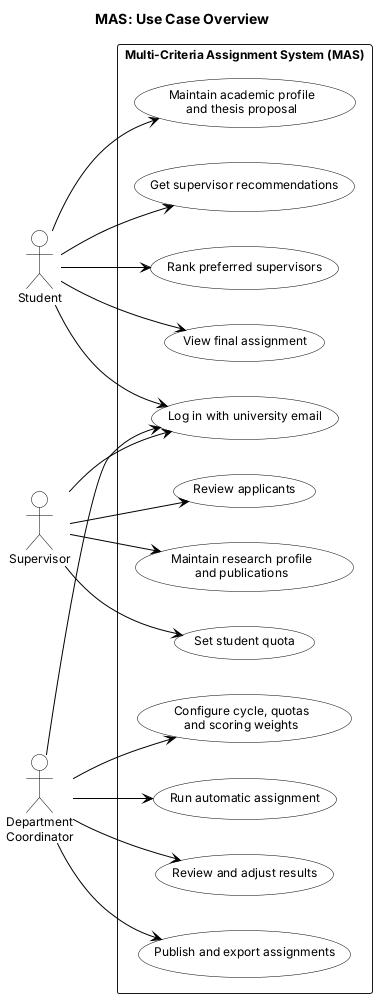
Above: diagrams/exports/use-case-overview.png in Diasb4/Diploma (PlantUML), before the change. Source of this version:
```plantuml
@startuml use-case-overview

title MAS: Use Case Overview

left to right direction
skinparam shadowing false
skinparam defaultFontName Arial
skinparam defaultFontSize 12
skinparam ArrowColor Black
skinparam usecase {
  BackgroundColor White
  BorderColor Black
}
skinparam actor {
  BackgroundColor White
  BorderColor Black
}

actor "Student" as Student
actor "Supervisor" as Supervisor
actor "Department\nCoordinator" as Coordinator

rectangle "Multi-Criteria Assignment System (MAS)" {
  usecase "Log in with university email" as LOGIN

  usecase "Maintain academic profile\nand thesis proposal" as S1
  usecase "Get supervisor recommendations" as S2
  usecase "Rank preferred supervisors" as S3
  usecase "View final assignment" as S4

  usecase "Maintain research profile\nand publications" as P1
  usecase "Set student quota" as P2
  usecase "Review applicants" as P3

  usecase "Configure cycle, quotas\nand scoring weights" as C1
  usecase "Run automatic assignment" as C2
  usecase "Review and adjust results" as C3
  usecase "Publish and export assignments" as C4
}

Student --> LOGIN
Supervisor --> LOGIN
Coordinator --> LOGIN

Student --> S1
Student --> S2
Student --> S3
Student --> S4

Supervisor --> P1
Supervisor --> P2
Supervisor --> P3

Coordinator --> C1
Coordinator --> C2
Coordinator --> C3
Coordinator --> C4
@enduml
```
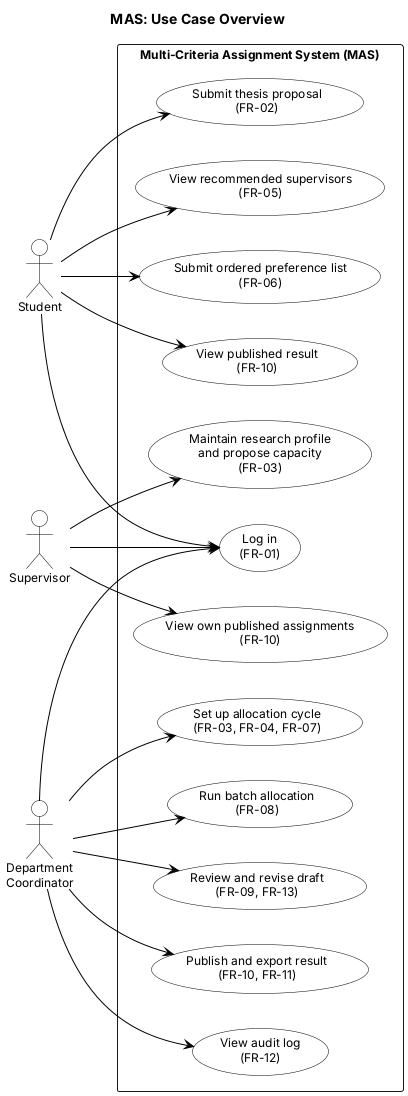
The same file after the commit.

Commit message:
MAS-13: Align use case diagrams with the requirements draft

Change to the diagram source:
```diff
@@ -21,21 +21,21 @@
 actor "Department\nCoordinator" as Coordinator
 
 rectangle "Multi-Criteria Assignment System (MAS)" {
-  usecase "Log in with university email" as LOGIN
+  usecase "Log in\n(FR-01)" as LOGIN
 
-  usecase "Maintain academic profile\nand thesis proposal" as S1
-  usecase "Get supervisor recommendations" as S2
-  usecase "Rank preferred supervisors" as S3
-  usecase "View final assignment" as S4
+  usecase "Submit thesis proposal\n(FR-02)" as S1
+  usecase "View recommended supervisors\n(FR-05)" as S2
+  usecase "Submit ordered preference list\n(FR-06)" as S3
+  usecase "View published result\n(FR-10)" as S4
 
-  usecase "Maintain research profile\nand publications" as P1
-  usecase "Set student quota" as P2
-  usecase "Review applicants" as P3
+  usecase "Maintain research profile\nand propose capacity\n(FR-03)" as P1
+  usecase "View own published assignments\n(FR-10)" as P2
 
-  usecase "Configure cycle, quotas\nand scoring weights" as C1
-  usecase "Run automatic assignment" as C2
-  usecase "Review and adjust results" as C3
-  usecase "Publish and export assignments" as C4
+  usecase "Set up allocation cycle\n(FR-03, FR-04, FR-07)" as C1
+  usecase "Run batch allocation\n(FR-08)" as C2
+  usecase "Review and revise draft\n(FR-09, FR-13)" as C3
+  usecase "Publish and export result\n(FR-10, FR-11)" as C4
+  usecase "View audit log\n(FR-12)" as C5
 }
 
 Student --> LOGIN
@@ -49,10 +49,10 @@
 
 Supervisor --> P1
 Supervisor --> P2
-Supervisor --> P3
 
 Coordinator --> C1
 Coordinator --> C2
 Coordinator --> C3
 Coordinator --> C4
+Coordinator --> C5
 @enduml
```
